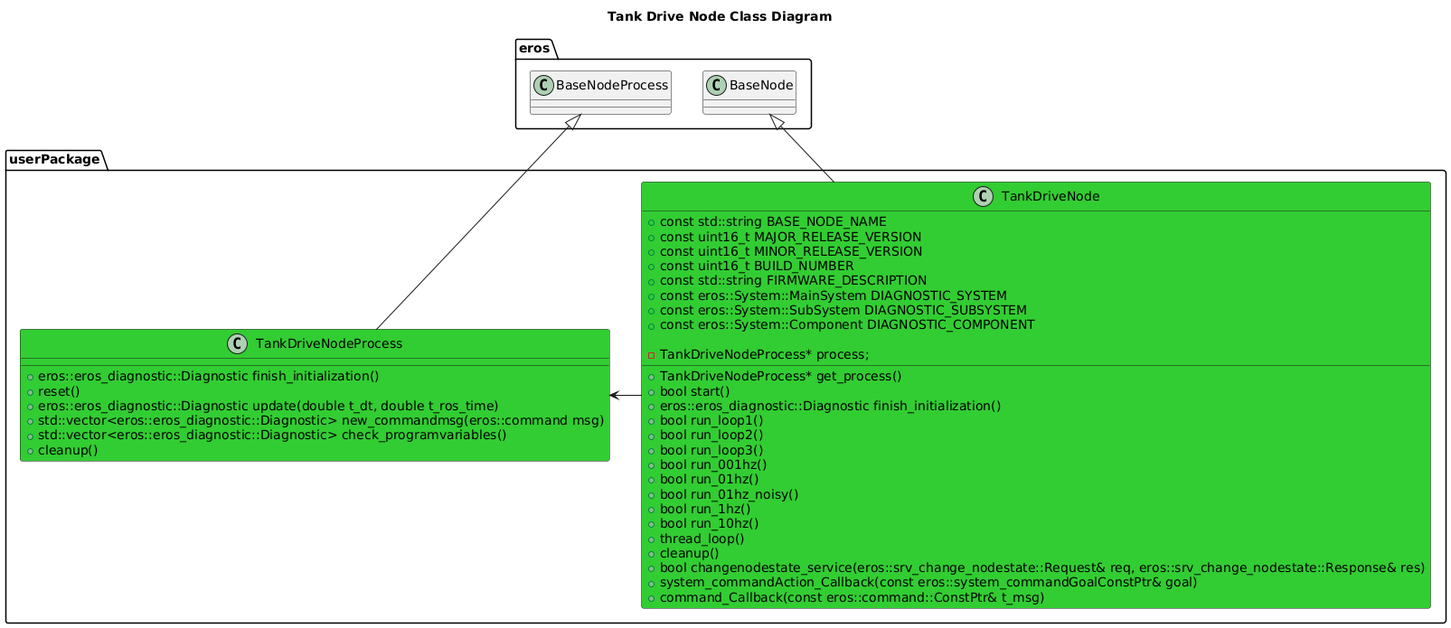
fastrobotics/crawler_app keeps this PlantUML diagram as nodes/TankDriveNode/doc/output/TankDriveNodeClassDiagram.png. Above is the earlier version.
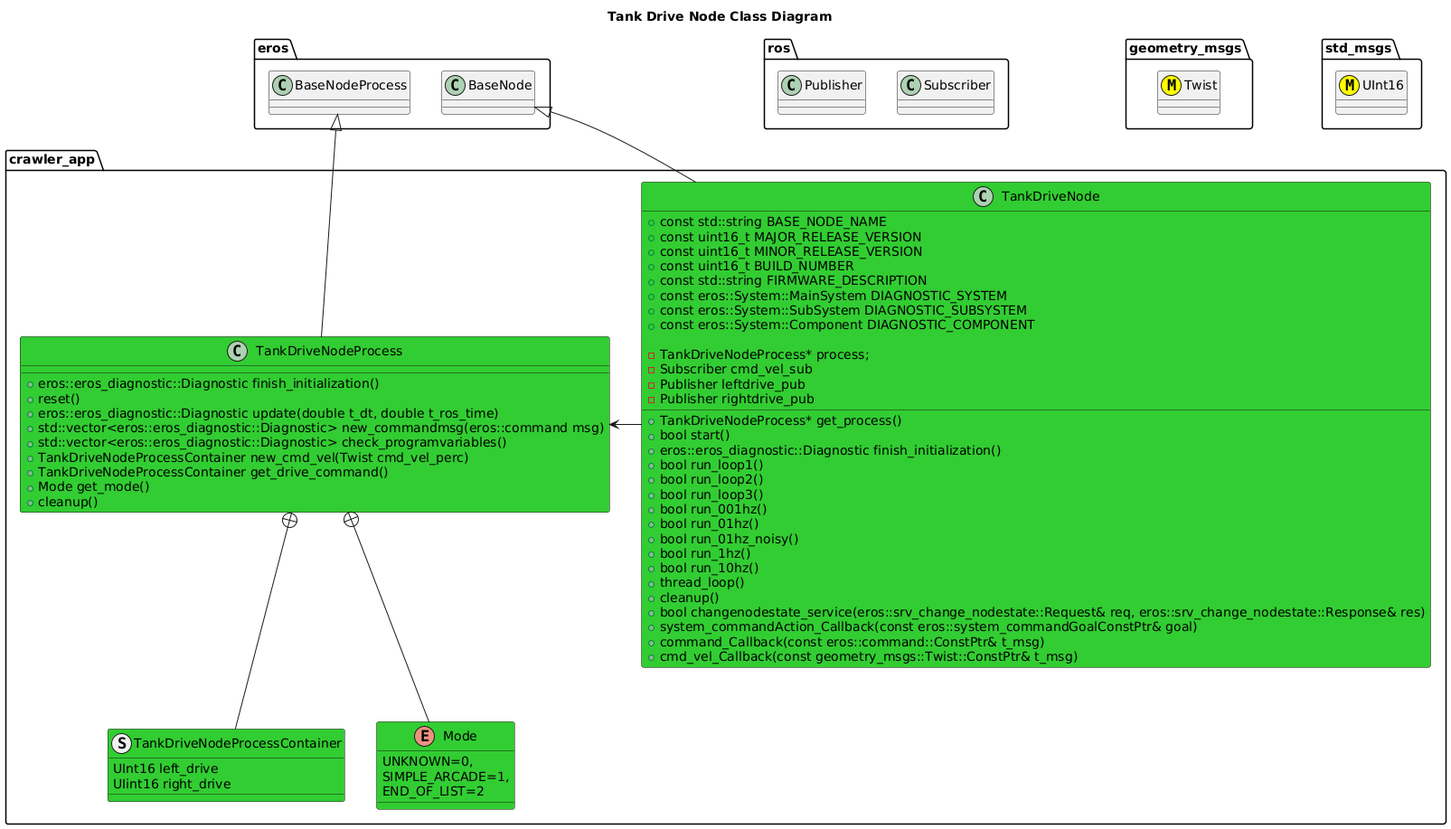
Later version of the same file.

What changed in the source:
```diff
@@ -5,8 +5,17 @@
   class BaseNode
   class BaseNodeProcess
 }
-
-package userPackage {
+package ros {
+  class Subscriber
+  class Publisher
+}
+package geometry_msgs {
+  class Twist <<(M,#FFFF00)>>
+}
+package std_msgs {
+  class UInt16 <<(M,#FFFF00)>>
+}
+package crawler_app {
 
   class TankDriveNode #LimeGreen {
       +const std::string BASE_NODE_NAME
@@ -33,8 +42,21 @@
       +bool changenodestate_service(eros::srv_change_nodestate::Request& req, eros::srv_change_nodestate::Response& res)
       +system_commandAction_Callback(const eros::system_commandGoalConstPtr& goal)
       +command_Callback(const eros::command::ConstPtr& t_msg)
+      +cmd_vel_Callback(const geometry_msgs::Twist::ConstPtr& t_msg)
 
       -TankDriveNodeProcess* process;
+      -Subscriber cmd_vel_sub
+      -Publisher leftdrive_pub
+      -Publisher rightdrive_pub
+  }
+  struct TankDriveNodeProcessContainer #LimeGreen {
+    UInt16 left_drive
+    UIint16 right_drive
+  }
+  enum Mode #LimeGreen {
+    UNKNOWN=0,
+    SIMPLE_ARCADE=1,
+    END_OF_LIST=2
   }
   class TankDriveNodeProcess #LimeGreen {
       +eros::eros_diagnostic::Diagnostic finish_initialization()
@@ -42,9 +64,14 @@
       +eros::eros_diagnostic::Diagnostic update(double t_dt, double t_ros_time)
       +std::vector<eros::eros_diagnostic::Diagnostic> new_commandmsg(eros::command msg)
       +std::vector<eros::eros_diagnostic::Diagnostic> check_programvariables()
+      +TankDriveNodeProcessContainer new_cmd_vel(Twist cmd_vel_perc)
+      +TankDriveNodeProcessContainer get_drive_command()
+      +Mode get_mode()
       +cleanup()
 
   }
+  TankDriveNodeProcess +-- TankDriveNodeProcessContainer
+  TankDriveNodeProcess +-- Mode
   BaseNode <|-- TankDriveNode
   BaseNodeProcess <|-- TankDriveNodeProcess
   TankDriveNode -> TankDriveNodeProcess
```
